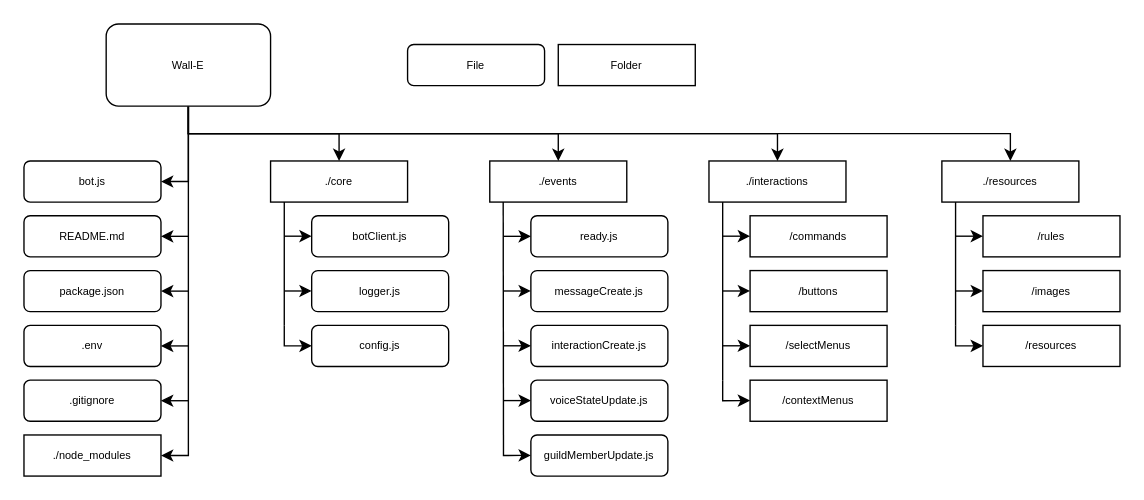
Above: page "Structure" (1 of 2) of utils/Wall-E.drawio in torohangupta/Wall-E (draw.io), before the change. Source tidied: cells renumbered, new cells numbered last; positions are measured from the earlier drawing's top-left corner, leaving out a move shared by most shapes. Both pictures are drawn from the tidied source at 137%, with x=0, y=0 at pixel (23, 23).
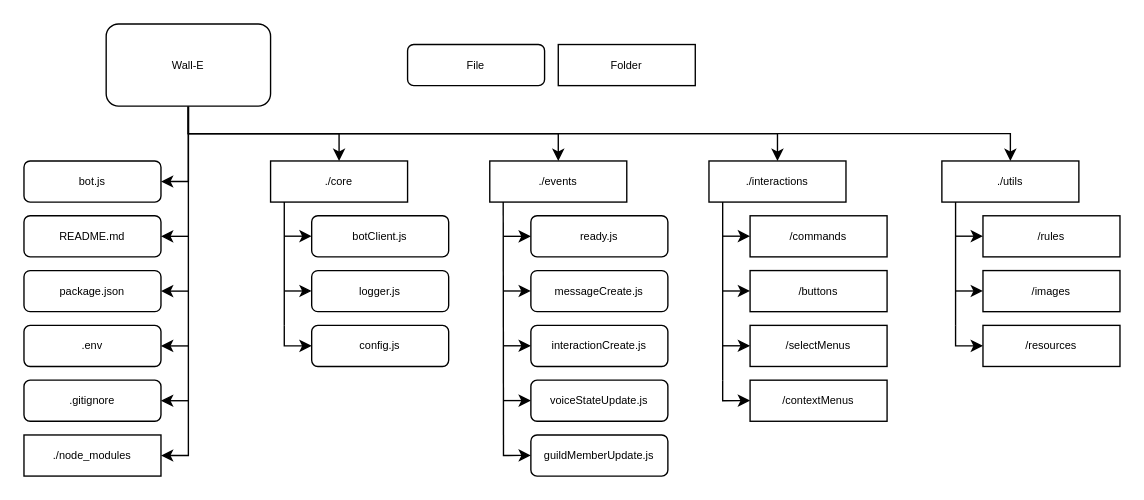
The same page after the edit.

Diff of the diagram source:
```diff
@@
-    <mxCell id="45" value="./resources" style="rounded=0;whiteSpace=wrap;html=1;fontSize=8;" parent="1" vertex="1">
+    <mxCell id="45" value="./utils" style="rounded=0;whiteSpace=wrap;html=1;fontSize=8;" parent="1" vertex="1">
       <mxGeometry x="670" y="100" width="100" height="30" as="geometry" />
     </mxCell>
```
